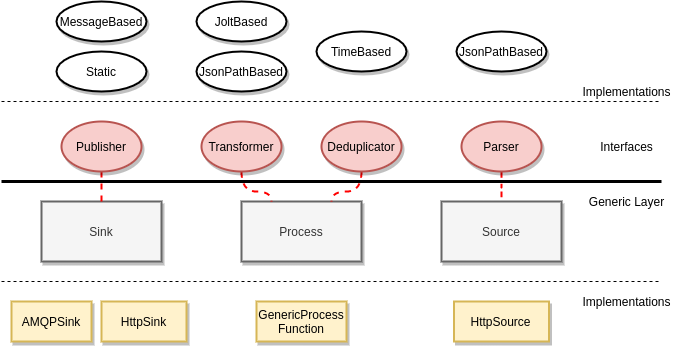
This is docs/diagrams/Components.png from datakaveri/iudx-adaptor-framework, a draw.io export, as it was before one commit. Source tidied: cells renumbered, new cells last; positions are measured from the earlier drawing's top-left corner, leaving out a move shared by most shapes.
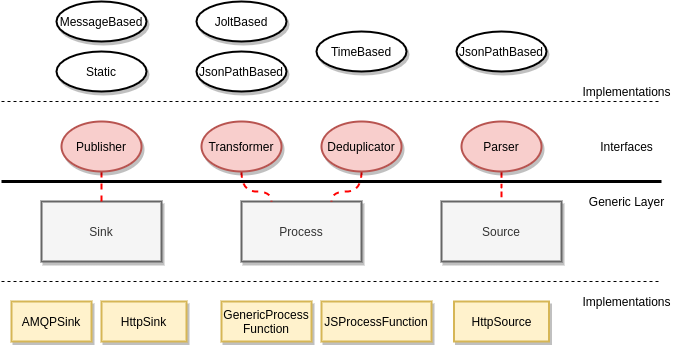
After the commit.

The edit, as a diff of the source:
```diff
@@ -81,7 +81,7 @@
       </mxGeometry>
     </mxCell>
     <mxCell id="25" value="GenericProcess&lt;br&gt;Function" style="rounded=0;whiteSpace=wrap;html=1;shadow=1;strokeWidth=2;fillColor=#fff2cc;strokeColor=#d6b656;" parent="1" vertex="1">
-      <mxGeometry x="255" y="300" width="90" height="40" as="geometry" />
+      <mxGeometry x="220" y="300" width="90" height="40" as="geometry" />
     </mxCell>
     <mxCell id="26" value="HttpSource" style="rounded=0;whiteSpace=wrap;html=1;shadow=1;strokeWidth=2;fillColor=#fff2cc;strokeColor=#d6b656;" parent="1" vertex="1">
       <mxGeometry x="452.5" y="300" width="95" height="40" as="geometry" />
@@ -95,5 +95,8 @@
     <mxCell id="29" value="Implementations" style="text;html=1;align=center;verticalAlign=middle;" parent="1" vertex="1">
       <mxGeometry x="575" y="290" width="100" height="20" as="geometry" />
     </mxCell>
+    <mxCell id="30" value="JSProcessFunction" style="rounded=0;whiteSpace=wrap;html=1;shadow=1;strokeWidth=2;fillColor=#fff2cc;strokeColor=#d6b656;" parent="1" vertex="1">
+      <mxGeometry x="320" y="300" width="110" height="40" as="geometry" />
+    </mxCell>
   </root>
 </mxGraphModel>
```
